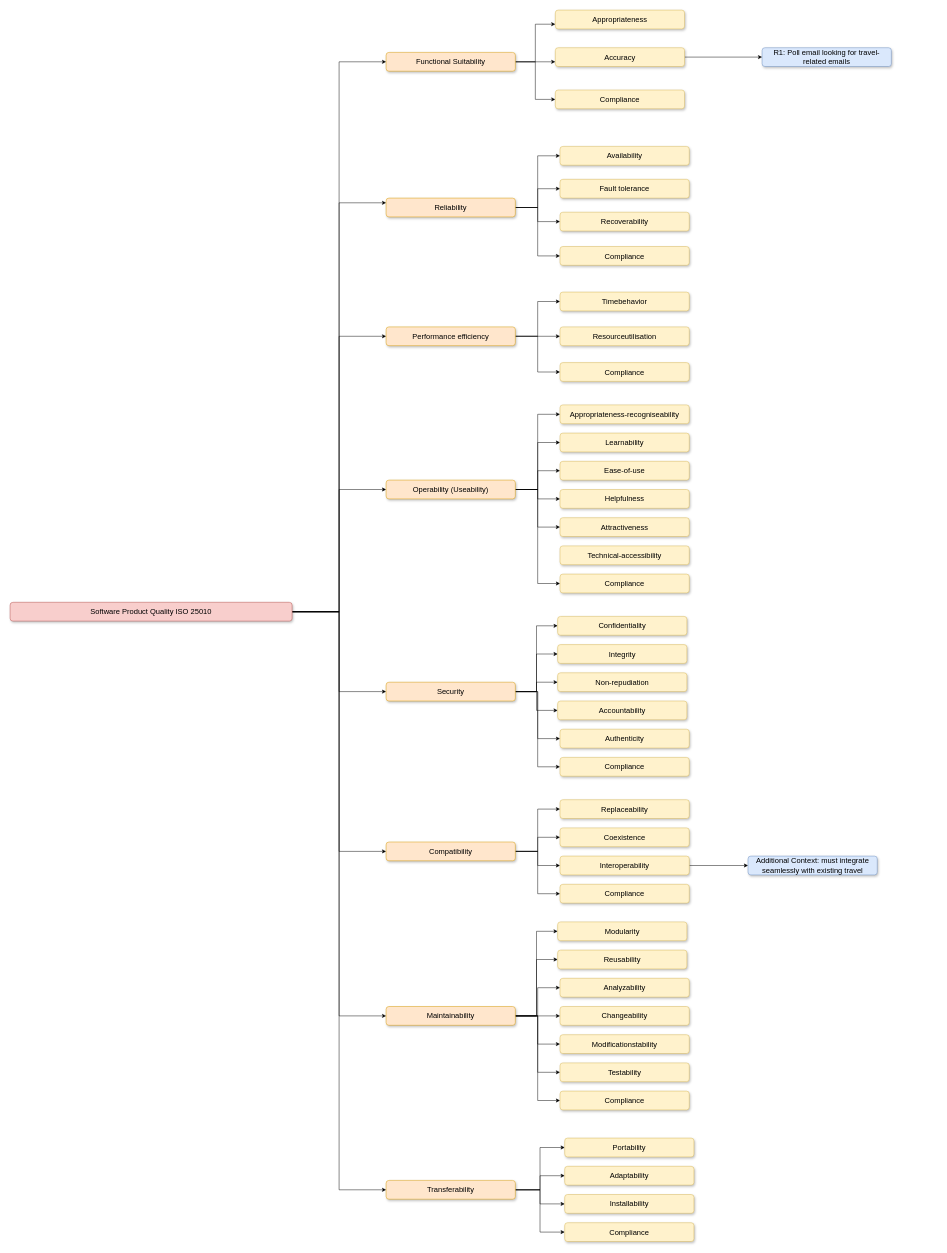
The draw.io diagram diagrams/ARCH-KATA-00_Requirement_Analysis.drawio in Orry/CloudeneersArchKata2023, before the edit. Source tidied: cells renumbered, new cells numbered last; positions are measured from the earlier drawing's top-left corner, leaving out a move shared by most shapes. Both pictures are drawn from the tidied source at 47%, with x=0, y=0 at pixel (10, 10).
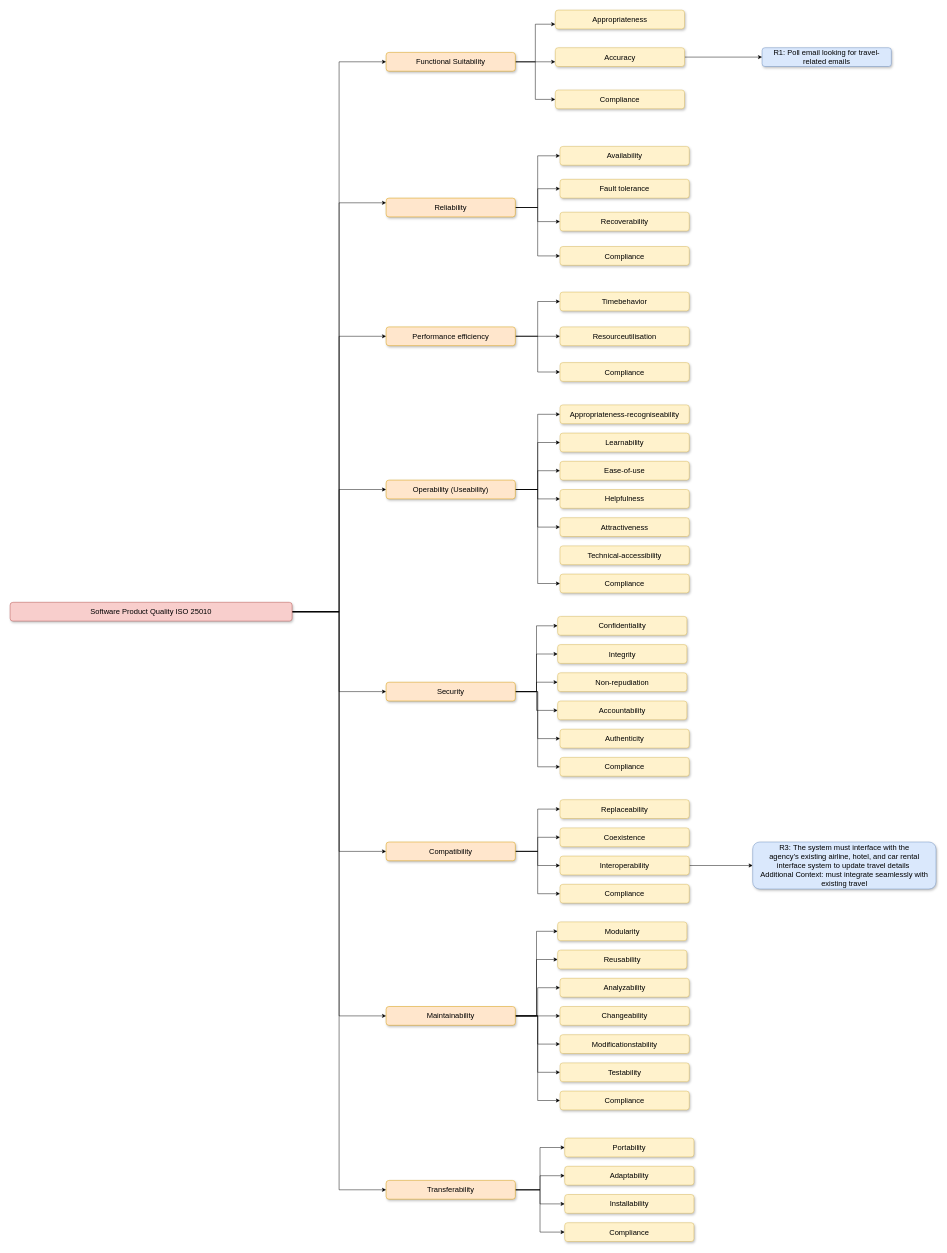
Above is the later version.

Commit message:
ARCH-KATA-00: Requirement Analysis

Change to the diagram source:
```diff
@@
-    <mxCell id="97" value="Additional Context: must integrate seamlessly with existing travel" style="whiteSpace=wrap;html=1;rounded=1;shadow=1;strokeWidth=1;fontSize=16;align=center;fillColor=#dae8fc;strokeColor=#6c8ebf;" parent="1" vertex="1">
-      <mxGeometry x="1570" y="1800" width="275" height="40" as="geometry" />
+    <mxCell id="97" value="R3:&amp;nbsp;The system must interface with the agency’s&amp;nbsp;existing airline, hotel, and car rental interface&amp;nbsp;system to update travel details&amp;nbsp;&lt;br&gt;Additional Context: must integrate seamlessly with existing travel" style="whiteSpace=wrap;html=1;rounded=1;shadow=1;strokeWidth=1;fontSize=16;align=center;fillColor=#dae8fc;strokeColor=#6c8ebf;" parent="1" vertex="1">
+      <mxGeometry x="1580" y="1770" width="390" height="100" as="geometry" />
     </mxCell>
```
